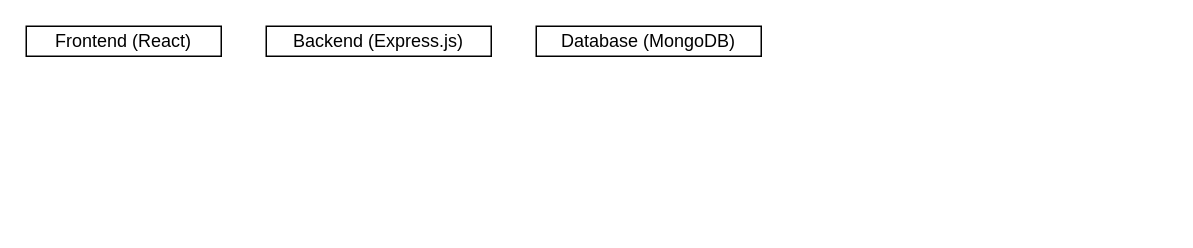
Above: First.drawio in RudyKarthick/community-event-management (draw.io), before the change. Source tidied: cells renumbered, new cells numbered last; positions are measured from the earlier drawing's top-left corner, leaving out a move shared by most shapes. Both pictures are drawn from the tidied source at 150%, with x=0, y=0 at pixel (26, 26).
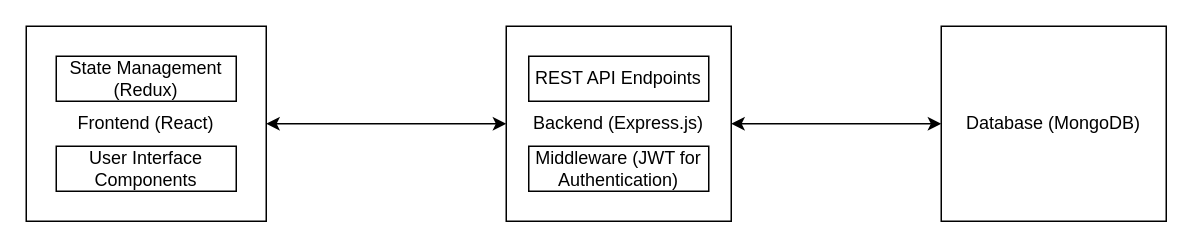
After the change.

Diff of the diagram source:
```diff
@@
 <mxGraphModel>
   <root>
     <mxCell id="0" />
     <mxCell id="1" parent="0" />
     <mxCell id="2" value="Frontend (React)" style="rounded=0;whiteSpace=wrap;html=1;" parent="1" vertex="1">
-      <mxGeometry width="130" height="20" as="geometry" />
+      <mxGeometry width="160" height="130" as="geometry" />
     </mxCell>
     <mxCell id="3" value="Backend (Express.js)" style="rounded=0;whiteSpace=wrap;html=1;" parent="1" vertex="1">
-      <mxGeometry x="160" width="150" height="20" as="geometry" />
+      <mxGeometry x="320" width="150" height="130" as="geometry" />
     </mxCell>
     <mxCell id="4" value="Database (MongoDB)" style="rounded=0;whiteSpace=wrap;html=1;" parent="1" vertex="1">
-      <mxGeometry x="340" width="150" height="20" as="geometry" />
+      <mxGeometry x="610" width="150" height="130" as="geometry" />
     </mxCell>
+    <mxCell id="5" value="User Interface Components" style="rounded=0;whiteSpace=wrap;html=1;align=center;" parent="1" vertex="1">
+      <mxGeometry x="20" y="80" width="120" height="30" as="geometry" />
+    </mxCell>
+    <mxCell id="6" value="State Management (Redux)" style="rounded=0;whiteSpace=wrap;html=1;" parent="1" vertex="1">
+      <mxGeometry x="20" y="20" width="120" height="30" as="geometry" />
+    </mxCell>
+    <mxCell id="7" value="REST API Endpoints" style="rounded=0;whiteSpace=wrap;html=1;" parent="1" vertex="1">
+      <mxGeometry x="335" y="20" width="120" height="30" as="geometry" />
+    </mxCell>
+    <mxCell id="8" value="Middleware (JWT for Authentication)" style="rounded=0;whiteSpace=wrap;html=1;" parent="1" vertex="1">
+      <mxGeometry x="335" y="80" width="120" height="30" as="geometry" />
+    </mxCell>
+    <mxCell id="9" style="endArrow=classic;startArrow=classic;html=1;rounded=0;entryX=0;entryY=0.5;entryDx=0;entryDy=0;exitX=1;exitY=0.5;exitDx=0;exitDy=0;" parent="1" edge="1" source="2" target="3">
+      <mxGeometry relative="1" as="geometry" />
+    </mxCell>
+    <mxCell id="10" style="endArrow=classic;startArrow=classic;html=1;rounded=0;exitX=1;exitY=0.5;exitDx=0;exitDy=0;entryX=0;entryY=0.5;entryDx=0;entryDy=0;" parent="1" edge="1" source="3" target="4">
+      <mxGeometry relative="1" as="geometry" />
+    </mxCell>
   </root>
 </mxGraphModel>
```
